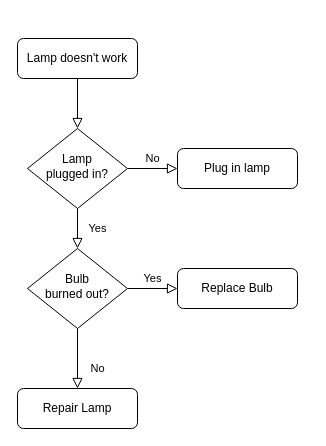
Above: Untitled Diagram.drawio in Drausio72/flowcharts (draw.io), before the change. Source tidied: cells renumbered, new cells numbered last; positions are measured from the earlier drawing's top-left corner, leaving out a move shared by most shapes. Both pictures are drawn from the tidied source at 100%, with x=0, y=0 at pixel (17, 38).
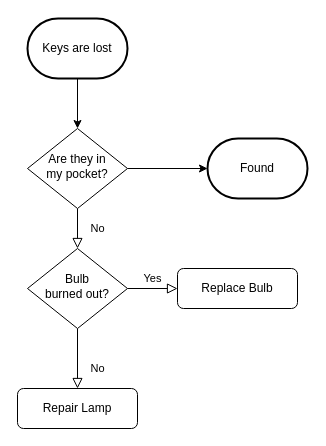
After the change.

Diff of the diagram source:
```diff
@@
 <mxGraphModel>
   <root>
     <mxCell id="0" />
     <mxCell id="1" parent="0" />
-    <mxCell id="2" style="rounded=0;html=1;jettySize=auto;fontSize=11;endArrow=block;endFill=0;endSize=8;strokeWidth=1;shadow=0;labelBackgroundColor=none;edgeStyle=orthogonalEdgeStyle;" parent="1" edge="1" source="3" target="6">
-      <mxGeometry relative="1" as="geometry" />
-    </mxCell>
-    <mxCell id="3" value="Lamp doesn't work" style="rounded=1;whiteSpace=wrap;html=1;fontSize=12;glass=0;strokeWidth=1;shadow=0;" parent="1" vertex="1">
-      <mxGeometry width="120" height="40" as="geometry" />
-    </mxCell>
-    <mxCell id="4" value="Yes" style="rounded=0;html=1;jettySize=auto;fontSize=11;endArrow=block;endFill=0;endSize=8;strokeWidth=1;shadow=0;labelBackgroundColor=none;edgeStyle=orthogonalEdgeStyle;" parent="1" edge="1" source="6" target="10">
+    <mxCell id="4" value="No" style="rounded=0;html=1;jettySize=auto;fontSize=11;endArrow=block;endFill=0;endSize=8;strokeWidth=1;shadow=0;labelBackgroundColor=none;edgeStyle=orthogonalEdgeStyle;" parent="1" edge="1" source="6" target="10">
       <mxGeometry y="20" relative="1" as="geometry" />
     </mxCell>
-    <mxCell id="5" value="No" style="edgeStyle=orthogonalEdgeStyle;rounded=0;html=1;jettySize=auto;fontSize=11;endArrow=block;endFill=0;endSize=8;strokeWidth=1;shadow=0;labelBackgroundColor=none;" parent="1" edge="1" source="6" target="7">
-      <mxGeometry y="10" relative="1" as="geometry" />
-    </mxCell>
+    <mxCell id="13" style="edgeStyle=orthogonalEdgeStyle;rounded=0;jettySize=auto;html=1;exitX=1;exitY=0.5;exitDx=0;exitDy=0;" parent="1" edge="1" source="6" target="17">
+      <mxGeometry relative="1" as="geometry" />
+    </mxCell>
-    <mxCell id="6" value="Lamp&lt;br&gt;plugged in?" style="rhombus;whiteSpace=wrap;html=1;shadow=0;fontFamily=Helvetica;fontSize=12;align=center;strokeWidth=1;spacing=6;spacingTop=-4;" parent="1" vertex="1">
+    <mxCell id="6" value="Are they in&lt;div&gt;my pocket?&lt;/div&gt;" style="rhombus;whiteSpace=wrap;html=1;shadow=0;fontFamily=Helvetica;fontSize=12;align=center;strokeWidth=1;spacing=6;spacingTop=-4;" parent="1" vertex="1">
       <mxGeometry x="10" y="90" width="100" height="80" as="geometry" />
     </mxCell>
-    <mxCell id="7" value="Plug in lamp" style="rounded=1;whiteSpace=wrap;html=1;fontSize=12;glass=0;strokeWidth=1;shadow=0;" parent="1" vertex="1">
-      <mxGeometry x="160" y="110" width="120" height="40" as="geometry" />
-    </mxCell>
     <mxCell id="8" value="No" style="rounded=0;html=1;jettySize=auto;fontSize=11;endArrow=block;endFill=0;endSize=8;strokeWidth=1;shadow=0;labelBackgroundColor=none;edgeStyle=orthogonalEdgeStyle;" parent="1" edge="1" source="10" target="11">
       <mxGeometry x="0.33" y="20" relative="1" as="geometry" />
     </mxCell>
     <mxCell id="9" value="Yes" style="edgeStyle=orthogonalEdgeStyle;rounded=0;html=1;jettySize=auto;fontSize=11;endArrow=block;endFill=0;endSize=8;strokeWidth=1;shadow=0;labelBackgroundColor=none;" parent="1" edge="1" source="10" target="12">
       <mxGeometry y="10" relative="1" as="geometry" />
     </mxCell>
     <mxCell id="10" value="Bulb&lt;br&gt;burned out?" style="rhombus;whiteSpace=wrap;html=1;shadow=0;fontFamily=Helvetica;fontSize=12;align=center;strokeWidth=1;spacing=6;spacingTop=-4;" parent="1" vertex="1">
       <mxGeometry x="10" y="210" width="100" height="80" as="geometry" />
     </mxCell>
     <mxCell id="11" value="Repair Lamp" style="rounded=1;whiteSpace=wrap;html=1;fontSize=12;glass=0;strokeWidth=1;shadow=0;" parent="1" vertex="1">
       <mxGeometry y="350" width="120" height="40" as="geometry" />
     </mxCell>
     <mxCell id="12" value="Replace Bulb" style="rounded=1;whiteSpace=wrap;html=1;fontSize=12;glass=0;strokeWidth=1;shadow=0;" parent="1" vertex="1">
       <mxGeometry x="160" y="230" width="120" height="40" as="geometry" />
     </mxCell>
+    <mxCell id="14" style="edgeStyle=orthogonalEdgeStyle;rounded=0;jettySize=auto;html=1;exitX=0.5;exitY=1;exitDx=0;exitDy=0;exitPerimeter=0;entryX=0.5;entryY=0;entryDx=0;entryDy=0;" parent="1" edge="1" source="15" target="6">
+      <mxGeometry relative="1" as="geometry" />
+    </mxCell>
+    <mxCell id="15" value="Keys are lost" style="strokeWidth=2;html=1;shape=mxgraph.flowchart.terminator;whiteSpace=wrap;" parent="1" vertex="1">
+      <mxGeometry x="10" y="-20" width="100" height="60" as="geometry" />
+    </mxCell>
+    <mxCell id="16" style="edgeStyle=orthogonalEdgeStyle;rounded=0;orthogonalLoop=1;jettySize=auto;html=1;exitX=0.5;exitY=1;exitDx=0;exitDy=0;" parent="1" edge="1">
+      <mxGeometry relative="1" as="geometry">
+        <mxPoint x="250" y="150" as="sourcePoint" />
+        <mxPoint x="250" y="150" as="targetPoint" />
+      </mxGeometry>
+    </mxCell>
+    <mxCell id="17" value="Found" style="strokeWidth=2;html=1;shape=mxgraph.flowchart.terminator;whiteSpace=wrap;" parent="1" vertex="1">
+      <mxGeometry x="190" y="100" width="100" height="60" as="geometry" />
+    </mxCell>
   </root>
 </mxGraphModel>
```
